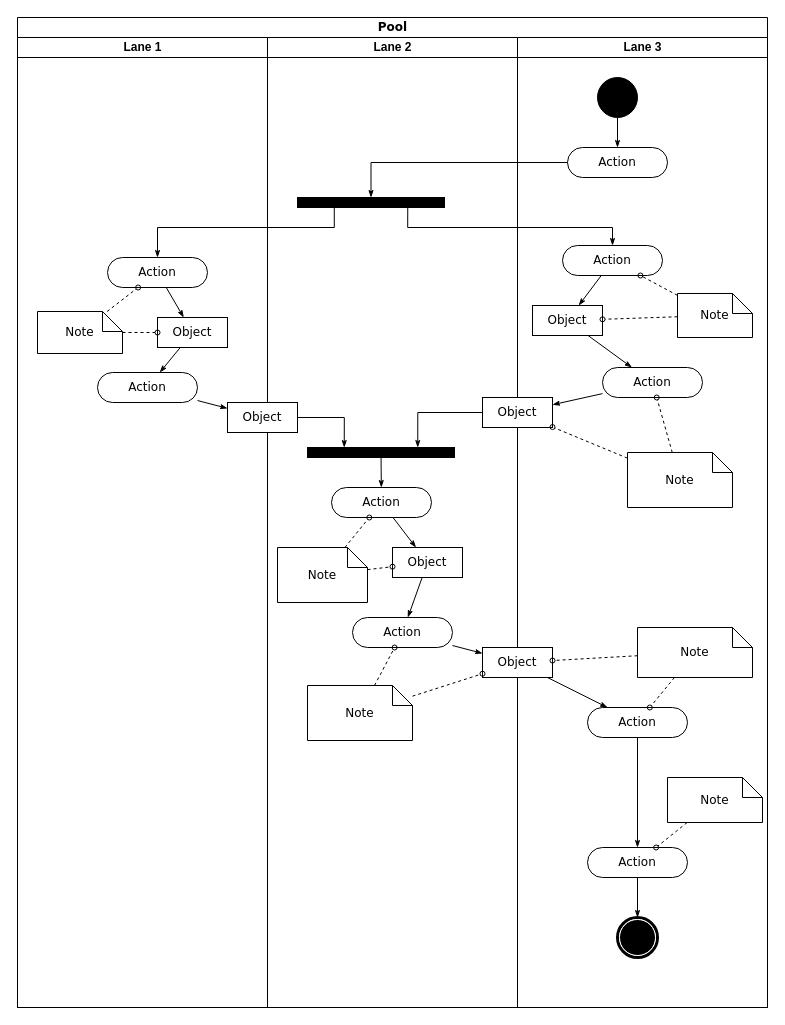
The draw.io diagram Diagrama de Atividade.drawio in yuritelis/atvmusicalp, before the edit. Source tidied: cells renumbered, new cells numbered last; positions are measured from the earlier drawing's top-left corner, leaving out a move shared by most shapes. Both pictures are drawn from the tidied source at 100%, with x=0, y=0 at pixel (17, 17).
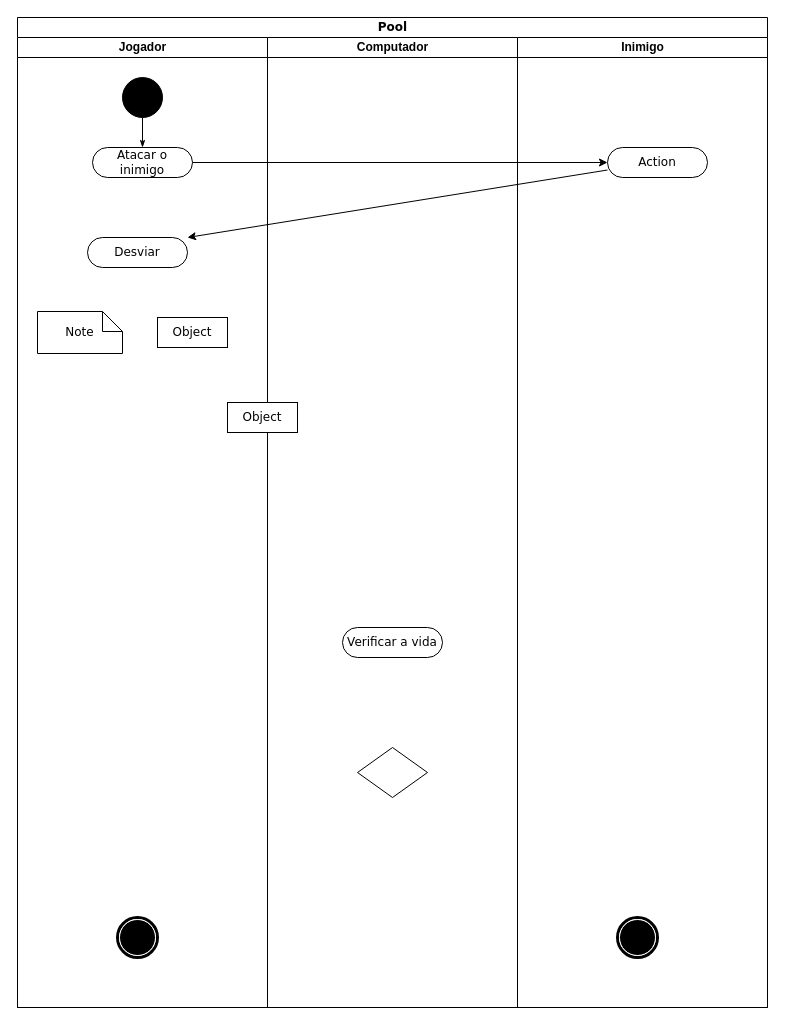
After the change.

The change refers to these unchanged cells:
```xml
<mxCell id="2" value="Pool" style="swimlane;html=1;startSize=20;rounded=0;shadow=0;comic=0;labelBackgroundColor=none;strokeWidth=1;fontFamily=Verdana;fontSize=12;align=center;" parent="1" vertex="1">
  <mxGeometry width="750" height="990" as="geometry" />
</mxCell>
<mxCell id="8" value="Object" style="rounded=0;whiteSpace=wrap;html=1;shadow=0;comic=0;labelBackgroundColor=none;strokeWidth=1;fontFamily=Verdana;fontSize=12;align=center;arcSize=50;" parent="3" vertex="1">
  <mxGeometry x="140" y="280" width="70" height="30" as="geometry" />
</mxCell>
<mxCell id="11" value="Note" style="shape=note;whiteSpace=wrap;html=1;rounded=0;shadow=0;comic=0;labelBackgroundColor=none;strokeWidth=1;fontFamily=Verdana;fontSize=12;align=center;size=20;" parent="3" vertex="1">
  <mxGeometry x="20" y="274" width="85" height="42" as="geometry" />
</mxCell>
<mxCell id="45" style="shape=mxgraph.bpmn.shape;html=1;verticalLabelPosition=bottom;labelBackgroundColor=#ffffff;verticalAlign=top;perimeter=ellipsePerimeter;outline=end;symbol=terminate;rounded=0;shadow=0;comic=0;strokeWidth=1;fontFamily=Verdana;fontSize=12;align=center;" parent="28" vertex="1">
  <mxGeometry x="100" y="880" width="40" height="40" as="geometry" />
</mxCell>
```

Change to the diagram source:
```diff
@@
-    <mxCell id="3" value="Lane 1" style="swimlane;html=1;startSize=20;" parent="2" vertex="1">
+    <mxCell id="3" value="Jogador" style="swimlane;html=1;startSize=20;" parent="2" vertex="1">
       <mxGeometry y="20" width="250" height="970" as="geometry" />
     </mxCell>
-    <mxCell id="4" style="edgeStyle=none;rounded=0;html=1;labelBackgroundColor=none;startArrow=none;startFill=0;startSize=5;endArrow=classicThin;endFill=1;endSize=5;jettySize=auto;strokeWidth=1;fontFamily=Verdana;fontSize=12;" parent="3" edge="1" source="5" target="8">
-      <mxGeometry relative="1" as="geometry" />
-    </mxCell>
-    <mxCell id="5" value="Action" style="rounded=1;whiteSpace=wrap;html=1;shadow=0;comic=0;labelBackgroundColor=none;strokeWidth=1;fontFamily=Verdana;fontSize=12;align=center;arcSize=50;" parent="3" vertex="1">
-      <mxGeometry x="90" y="220" width="100" height="30" as="geometry" />
-    </mxCell>
-    <mxCell id="6" value="Action" style="rounded=1;whiteSpace=wrap;html=1;shadow=0;comic=0;labelBackgroundColor=none;strokeWidth=1;fontFamily=Verdana;fontSize=12;align=center;arcSize=50;" parent="3" vertex="1">
-      <mxGeometry x="80" y="335" width="100" height="30" as="geometry" />
+    <mxCell id="6" value="Desviar" style="rounded=1;whiteSpace=wrap;html=1;shadow=0;comic=0;labelBackgroundColor=none;strokeWidth=1;fontFamily=Verdana;fontSize=12;align=center;arcSize=50;" parent="3" vertex="1">
+      <mxGeometry x="70" y="200" width="100" height="30" as="geometry" />
     </mxCell>
-    <mxCell id="7" style="edgeStyle=none;rounded=0;html=1;labelBackgroundColor=none;startArrow=none;startFill=0;startSize=5;endArrow=classicThin;endFill=1;endSize=5;jettySize=auto;strokeWidth=1;fontFamily=Verdana;fontSize=12;" parent="3" edge="1" source="8" target="6">
-      <mxGeometry relative="1" as="geometry" />
-    </mxCell>
@@
-    <mxCell id="9" style="edgeStyle=none;rounded=0;html=1;labelBackgroundColor=none;startArrow=none;startFill=0;startSize=5;endArrow=oval;endFill=0;endSize=5;jettySize=auto;strokeWidth=1;fontFamily=Verdana;fontSize=12;dashed=1;" parent="3" edge="1" source="11" target="5">
-      <mxGeometry relative="1" as="geometry" />
-    </mxCell>
-    <mxCell id="10" style="edgeStyle=none;rounded=0;html=1;dashed=1;labelBackgroundColor=none;startArrow=none;startFill=0;startSize=5;endArrow=oval;endFill=0;endSize=5;jettySize=auto;strokeWidth=1;fontFamily=Verdana;fontSize=12;" parent="3" edge="1" source="11" target="8">
-      <mxGeometry relative="1" as="geometry" />
-    </mxCell>
@@
-    <mxCell id="12" value="Lane 2" style="swimlane;html=1;startSize=20;" parent="2" vertex="1">
-      <mxGeometry x="250" y="20" width="250" height="970" as="geometry" />
-    </mxCell>
-    <mxCell id="13" style="whiteSpace=wrap;html=1;rounded=0;shadow=0;comic=0;labelBackgroundColor=none;strokeWidth=1;fillColor=#000000;fontFamily=Verdana;fontSize=12;align=center;rotation=0;" parent="12" vertex="1">
-      <mxGeometry x="30" y="160" width="147" height="10" as="geometry" />
-    </mxCell>
-    <mxCell id="14" style="edgeStyle=none;rounded=0;html=1;labelBackgroundColor=none;startArrow=none;startFill=0;startSize=5;endArrow=classicThin;endFill=1;endSize=5;jettySize=auto;strokeWidth=1;fontFamily=Verdana;fontSize=12;" parent="12" edge="1" source="15" target="21">
-      <mxGeometry relative="1" as="geometry" />
-    </mxCell>
-    <mxCell id="15" value="Action" style="rounded=1;whiteSpace=wrap;html=1;shadow=0;comic=0;labelBackgroundColor=none;strokeWidth=1;fontFamily=Verdana;fontSize=12;align=center;arcSize=50;" parent="12" vertex="1">
-      <mxGeometry x="64" y="450" width="100" height="30" as="geometry" />
-    </mxCell>
-    <mxCell id="16" style="edgeStyle=none;rounded=0;html=1;labelBackgroundColor=none;startArrow=none;startFill=0;startSize=5;endArrow=classicThin;endFill=1;endSize=5;jettySize=auto;strokeWidth=1;fontFamily=Verdana;fontSize=12;" parent="12" edge="1" source="17" target="15">
-      <mxGeometry relative="1" as="geometry" />
-    </mxCell>
-    <mxCell id="17" style="whiteSpace=wrap;html=1;rounded=0;shadow=0;comic=0;labelBackgroundColor=none;strokeWidth=1;fillColor=#000000;fontFamily=Verdana;fontSize=12;align=center;rotation=0;" parent="12" vertex="1">
-      <mxGeometry x="40" y="410" width="147" height="10" as="geometry" />
-    </mxCell>
-    <mxCell id="18" style="edgeStyle=orthogonalEdgeStyle;rounded=0;html=1;entryX=0.25;entryY=0;labelBackgroundColor=none;startArrow=none;startFill=0;startSize=5;endArrow=classicThin;endFill=1;endSize=5;jettySize=auto;strokeWidth=1;fontFamily=Verdana;fontSize=12;" parent="12" edge="1" source="19" target="17">
-      <mxGeometry relative="1" as="geometry" />
-    </mxCell>
-    <mxCell id="19" value="Object" style="rounded=0;whiteSpace=wrap;html=1;shadow=0;comic=0;labelBackgroundColor=none;strokeWidth=1;fontFamily=Verdana;fontSize=12;align=center;arcSize=50;" parent="12" vertex="1">
-      <mxGeometry x="-40" y="365" width="70" height="30" as="geometry" />
-    </mxCell>
-    <mxCell id="20" style="edgeStyle=none;rounded=0;html=1;labelBackgroundColor=none;startArrow=none;startFill=0;startSize=5;endArrow=classicThin;endFill=1;endSize=5;jettySize=auto;strokeWidth=1;fontFamily=Verdana;fontSize=12;" parent="12" edge="1" source="21" target="22">
-      <mxGeometry relative="1" as="geometry" />
-    </mxCell>
-    <mxCell id="21" value="Object" style="rounded=0;whiteSpace=wrap;html=1;shadow=0;comic=0;labelBackgroundColor=none;strokeWidth=1;fontFamily=Verdana;fontSize=12;align=center;arcSize=50;" parent="12" vertex="1">
-      <mxGeometry x="125" y="510" width="70" height="30" as="geometry" />
-    </mxCell>
-    <mxCell id="22" value="Action" style="rounded=1;whiteSpace=wrap;html=1;shadow=0;comic=0;labelBackgroundColor=none;strokeWidth=1;fontFamily=Verdana;fontSize=12;align=center;arcSize=50;" parent="12" vertex="1">
-      <mxGeometry x="85" y="580" width="100" height="30" as="geometry" />
-    </mxCell>
-    <mxCell id="23" style="edgeStyle=none;rounded=0;html=1;dashed=1;labelBackgroundColor=none;startArrow=none;startFill=0;startSize=5;endArrow=oval;endFill=0;endSize=5;jettySize=auto;strokeWidth=1;fontFamily=Verdana;fontSize=12;" parent="12" edge="1" source="25" target="15">
-      <mxGeometry relative="1" as="geometry" />
-    </mxCell>
-    <mxCell id="24" style="edgeStyle=none;rounded=0;html=1;dashed=1;labelBackgroundColor=none;startArrow=none;startFill=0;startSize=5;endArrow=oval;endFill=0;endSize=5;jettySize=auto;strokeWidth=1;fontFamily=Verdana;fontSize=12;" parent="12" edge="1" source="25" target="21">
-      <mxGeometry relative="1" as="geometry" />
-    </mxCell>
-    <mxCell id="25" value="Note" style="shape=note;whiteSpace=wrap;html=1;rounded=0;shadow=0;comic=0;labelBackgroundColor=none;strokeWidth=1;fontFamily=Verdana;fontSize=12;align=center;size=20;" parent="12" vertex="1">
-      <mxGeometry x="10" y="510" width="90" height="55" as="geometry" />
-    </mxCell>
-    <mxCell id="26" style="edgeStyle=none;rounded=0;html=1;dashed=1;labelBackgroundColor=none;startArrow=none;startFill=0;startSize=5;endArrow=oval;endFill=0;endSize=5;jettySize=auto;strokeWidth=1;fontFamily=Verdana;fontSize=12;" parent="12" edge="1" source="27" target="22">
-      <mxGeometry relative="1" as="geometry" />
-    </mxCell>
-    <mxCell id="27" value="Note" style="shape=note;whiteSpace=wrap;html=1;rounded=0;shadow=0;comic=0;labelBackgroundColor=none;strokeWidth=1;fontFamily=Verdana;fontSize=12;align=center;size=20;" parent="12" vertex="1">
-      <mxGeometry x="40" y="648" width="105" height="55" as="geometry" />
-    </mxCell>
-    <mxCell id="28" value="Lane 3" style="swimlane;html=1;startSize=20;" parent="2" vertex="1">
-      <mxGeometry x="500" y="20" width="250" height="970" as="geometry" />
-    </mxCell>
-    <mxCell id="29" style="edgeStyle=orthogonalEdgeStyle;rounded=0;html=1;labelBackgroundColor=none;startArrow=none;startFill=0;startSize=5;endArrow=classicThin;endFill=1;endSize=5;jettySize=auto;strokeWidth=1;fontFamily=Verdana;fontSize=12;" parent="28" edge="1" source="30" target="31">
-      <mxGeometry relative="1" as="geometry" />
-    </mxCell>
+    <mxCell id="64" style="shape=mxgraph.bpmn.shape;html=1;verticalLabelPosition=bottom;labelBackgroundColor=#ffffff;verticalAlign=top;perimeter=ellipsePerimeter;outline=end;symbol=terminate;rounded=0;shadow=0;comic=0;strokeWidth=1;fontFamily=Verdana;fontSize=12;align=center;" parent="3" vertex="1">
+      <mxGeometry x="100" y="880" width="40" height="40" as="geometry" />
+    </mxCell>
-    <mxCell id="30" style="ellipse;whiteSpace=wrap;html=1;rounded=0;shadow=0;comic=0;labelBackgroundColor=none;strokeWidth=1;fillColor=#000000;fontFamily=Verdana;fontSize=12;align=center;" parent="28" vertex="1">
-      <mxGeometry x="80" y="40" width="40" height="40" as="geometry" />
+    <mxCell id="30" style="ellipse;whiteSpace=wrap;html=1;rounded=0;shadow=0;comic=0;labelBackgroundColor=none;strokeWidth=1;fillColor=#000000;fontFamily=Verdana;fontSize=12;align=center;" parent="3" vertex="1">
+      <mxGeometry x="105" y="40" width="40" height="40" as="geometry" />
     </mxCell>
-    <mxCell id="31" value="Action" style="rounded=1;whiteSpace=wrap;html=1;shadow=0;comic=0;labelBackgroundColor=none;strokeWidth=1;fontFamily=Verdana;fontSize=12;align=center;arcSize=50;" parent="28" vertex="1">
-      <mxGeometry x="50" y="110" width="100" height="30" as="geometry" />
+    <mxCell id="31" value="Atacar o inimigo" style="rounded=1;whiteSpace=wrap;html=1;shadow=0;comic=0;labelBackgroundColor=none;strokeWidth=1;fontFamily=Verdana;fontSize=12;align=center;arcSize=50;" parent="3" vertex="1">
+      <mxGeometry x="75" y="110" width="100" height="30" as="geometry" />
     </mxCell>
-    <mxCell id="32" style="rounded=0;html=1;labelBackgroundColor=none;startArrow=none;startFill=0;startSize=5;endArrow=classicThin;endFill=1;endSize=5;jettySize=auto;strokeWidth=1;fontFamily=Verdana;fontSize=12;" parent="28" edge="1" source="33" target="37">
-      <mxGeometry relative="1" as="geometry" />
-    </mxCell>
-    <mxCell id="33" value="Action" style="rounded=1;whiteSpace=wrap;html=1;shadow=0;comic=0;labelBackgroundColor=none;strokeWidth=1;fontFamily=Verdana;fontSize=12;align=center;arcSize=50;" parent="28" vertex="1">
-      <mxGeometry x="45" y="208" width="100" height="30" as="geometry" />
-    </mxCell>
-    <mxCell id="34" style="edgeStyle=none;rounded=0;html=1;labelBackgroundColor=none;startArrow=none;startFill=0;startSize=5;endArrow=classicThin;endFill=1;endSize=5;jettySize=auto;strokeWidth=1;fontFamily=Verdana;fontSize=12;" parent="28" edge="1" source="35" target="38">
-      <mxGeometry relative="1" as="geometry" />
-    </mxCell>
-    <mxCell id="35" value="Action" style="rounded=1;whiteSpace=wrap;html=1;shadow=0;comic=0;labelBackgroundColor=none;strokeWidth=1;fontFamily=Verdana;fontSize=12;align=center;arcSize=50;" parent="28" vertex="1">
-      <mxGeometry x="85" y="330" width="100" height="30" as="geometry" />
-    </mxCell>
-    <mxCell id="36" style="edgeStyle=none;rounded=0;html=1;labelBackgroundColor=none;startArrow=none;startFill=0;startSize=5;endArrow=classicThin;endFill=1;endSize=5;jettySize=auto;strokeWidth=1;fontFamily=Verdana;fontSize=12;" parent="28" edge="1" source="37" target="35">
-      <mxGeometry relative="1" as="geometry" />
-    </mxCell>
-    <mxCell id="37" value="Object" style="rounded=0;whiteSpace=wrap;html=1;shadow=0;comic=0;labelBackgroundColor=none;strokeWidth=1;fontFamily=Verdana;fontSize=12;align=center;arcSize=50;" parent="28" vertex="1">
-      <mxGeometry x="15" y="268" width="70" height="30" as="geometry" />
-    </mxCell>
-    <mxCell id="38" value="Object" style="rounded=0;whiteSpace=wrap;html=1;shadow=0;comic=0;labelBackgroundColor=none;strokeWidth=1;fontFamily=Verdana;fontSize=12;align=center;arcSize=50;" parent="28" vertex="1">
-      <mxGeometry x="-35" y="360" width="70" height="30" as="geometry" />
-    </mxCell>
-    <mxCell id="39" style="edgeStyle=none;rounded=0;html=1;labelBackgroundColor=none;startArrow=none;startFill=0;startSize=5;endArrow=classicThin;endFill=1;endSize=5;jettySize=auto;strokeWidth=1;fontFamily=Verdana;fontSize=12;" parent="28" edge="1" source="40" target="42">
-      <mxGeometry relative="1" as="geometry" />
-    </mxCell>
-    <mxCell id="40" value="Object" style="rounded=0;whiteSpace=wrap;html=1;shadow=0;comic=0;labelBackgroundColor=none;strokeWidth=1;fontFamily=Verdana;fontSize=12;align=center;arcSize=50;" parent="28" vertex="1">
-      <mxGeometry x="-35" y="610" width="70" height="30" as="geometry" />
-    </mxCell>
-    <mxCell id="41" style="edgeStyle=none;rounded=0;html=1;labelBackgroundColor=none;startArrow=none;startFill=0;startSize=5;endArrow=classicThin;endFill=1;endSize=5;jettySize=auto;strokeWidth=1;fontFamily=Verdana;fontSize=12;" parent="28" edge="1" source="42" target="44">
-      <mxGeometry relative="1" as="geometry" />
-    </mxCell>
-    <mxCell id="42" value="Action" style="rounded=1;whiteSpace=wrap;html=1;shadow=0;comic=0;labelBackgroundColor=none;strokeWidth=1;fontFamily=Verdana;fontSize=12;align=center;arcSize=50;" parent="28" vertex="1">
-      <mxGeometry x="70" y="670" width="100" height="30" as="geometry" />
-    </mxCell>
-    <mxCell id="43" style="edgeStyle=none;rounded=0;html=1;labelBackgroundColor=none;startArrow=none;startFill=0;startSize=5;endArrow=classicThin;endFill=1;endSize=5;jettySize=auto;strokeWidth=1;fontFamily=Verdana;fontSize=12;" parent="28" edge="1" source="44" target="45">
-      <mxGeometry relative="1" as="geometry" />
-    </mxCell>
-    <mxCell id="44" value="Action" style="rounded=1;whiteSpace=wrap;html=1;shadow=0;comic=0;labelBackgroundColor=none;strokeWidth=1;fontFamily=Verdana;fontSize=12;align=center;arcSize=50;" parent="28" vertex="1">
-      <mxGeometry x="70" y="810" width="100" height="30" as="geometry" />
-    </mxCell>
+    <mxCell id="29" style="edgeStyle=orthogonalEdgeStyle;rounded=0;html=1;labelBackgroundColor=none;startArrow=none;startFill=0;startSize=5;endArrow=classicThin;endFill=1;endSize=5;jettySize=auto;strokeWidth=1;fontFamily=Verdana;fontSize=12;" parent="3" edge="1" source="30" target="31">
+      <mxGeometry relative="1" as="geometry" />
+    </mxCell>
+    <mxCell id="12" value="Computador" style="swimlane;html=1;startSize=20;" parent="2" vertex="1">
+      <mxGeometry x="250" y="20" width="250" height="970" as="geometry" />
+    </mxCell>
+    <mxCell id="19" value="Object" style="rounded=0;whiteSpace=wrap;html=1;shadow=0;comic=0;labelBackgroundColor=none;strokeWidth=1;fontFamily=Verdana;fontSize=12;align=center;arcSize=50;" parent="12" vertex="1">
+      <mxGeometry x="-40" y="365" width="70" height="30" as="geometry" />
+    </mxCell>
+    <mxCell id="65" style="rhombus;whiteSpace=wrap;html=1;" parent="12" vertex="1">
+      <mxGeometry x="90" y="710" width="70" height="50" as="geometry" />
+    </mxCell>
+    <mxCell id="15" value="Verificar a vida" style="rounded=1;whiteSpace=wrap;html=1;shadow=0;comic=0;labelBackgroundColor=none;strokeWidth=1;fontFamily=Verdana;fontSize=12;align=center;arcSize=50;" parent="12" vertex="1">
+      <mxGeometry x="75" y="590" width="100" height="30" as="geometry" />
+    </mxCell>
+    <mxCell id="28" value="Inimigo" style="swimlane;html=1;startSize=20;" parent="2" vertex="1">
+      <mxGeometry x="500" y="20" width="250" height="970" as="geometry" />
+    </mxCell>
@@
-    <mxCell id="46" style="edgeStyle=none;rounded=0;html=1;dashed=1;labelBackgroundColor=none;startArrow=none;startFill=0;startSize=5;endArrow=oval;endFill=0;endSize=5;jettySize=auto;strokeWidth=1;fontFamily=Verdana;fontSize=12;" parent="28" edge="1" source="48" target="33">
-      <mxGeometry relative="1" as="geometry" />
-    </mxCell>
-    <mxCell id="47" style="edgeStyle=none;rounded=0;html=1;dashed=1;labelBackgroundColor=none;startArrow=none;startFill=0;startSize=5;endArrow=oval;endFill=0;endSize=5;jettySize=auto;strokeWidth=1;fontFamily=Verdana;fontSize=12;" parent="28" edge="1" source="48" target="37">
-      <mxGeometry relative="1" as="geometry" />
-    </mxCell>
-    <mxCell id="48" value="Note" style="shape=note;whiteSpace=wrap;html=1;rounded=0;shadow=0;comic=0;labelBackgroundColor=none;strokeWidth=1;fontFamily=Verdana;fontSize=12;align=center;size=20;" parent="28" vertex="1">
-      <mxGeometry x="160" y="256" width="75" height="44" as="geometry" />
-    </mxCell>
-    <mxCell id="49" style="edgeStyle=none;rounded=0;html=1;dashed=1;labelBackgroundColor=none;startArrow=none;startFill=0;startSize=5;endArrow=oval;endFill=0;endSize=5;jettySize=auto;strokeWidth=1;fontFamily=Verdana;fontSize=12;" parent="28" edge="1" source="51" target="35">
-      <mxGeometry relative="1" as="geometry" />
-    </mxCell>
-    <mxCell id="50" style="edgeStyle=none;rounded=0;html=1;dashed=1;labelBackgroundColor=none;startArrow=none;startFill=0;startSize=5;endArrow=oval;endFill=0;endSize=5;jettySize=auto;strokeWidth=1;fontFamily=Verdana;fontSize=12;" parent="28" edge="1" source="51" target="38">
-      <mxGeometry relative="1" as="geometry" />
-    </mxCell>
-    <mxCell id="51" value="Note" style="shape=note;whiteSpace=wrap;html=1;rounded=0;shadow=0;comic=0;labelBackgroundColor=none;strokeWidth=1;fontFamily=Verdana;fontSize=12;align=center;size=20;" parent="28" vertex="1">
-      <mxGeometry x="110" y="415" width="105" height="55" as="geometry" />
-    </mxCell>
-    <mxCell id="52" style="edgeStyle=none;rounded=0;html=1;dashed=1;labelBackgroundColor=none;startArrow=none;startFill=0;startSize=5;endArrow=oval;endFill=0;endSize=5;jettySize=auto;strokeWidth=1;fontFamily=Verdana;fontSize=12;" parent="28" edge="1" source="54" target="42">
-      <mxGeometry relative="1" as="geometry" />
-    </mxCell>
-    <mxCell id="53" style="edgeStyle=none;rounded=0;html=1;dashed=1;labelBackgroundColor=none;startArrow=none;startFill=0;startSize=5;endArrow=oval;endFill=0;endSize=5;jettySize=auto;strokeWidth=1;fontFamily=Verdana;fontSize=12;" parent="28" edge="1" source="54" target="40">
-      <mxGeometry relative="1" as="geometry" />
-    </mxCell>
-    <mxCell id="54" value="Note" style="shape=note;whiteSpace=wrap;html=1;rounded=0;shadow=0;comic=0;labelBackgroundColor=none;strokeWidth=1;fontFamily=Verdana;fontSize=12;align=center;size=20;" parent="28" vertex="1">
-      <mxGeometry x="120" y="590" width="115" height="50" as="geometry" />
-    </mxCell>
-    <mxCell id="55" style="edgeStyle=none;rounded=0;html=1;dashed=1;labelBackgroundColor=none;startArrow=none;startFill=0;startSize=5;endArrow=oval;endFill=0;endSize=5;jettySize=auto;strokeWidth=1;fontFamily=Verdana;fontSize=12;" parent="28" edge="1" source="56" target="44">
-      <mxGeometry relative="1" as="geometry" />
-    </mxCell>
-    <mxCell id="56" value="Note" style="shape=note;whiteSpace=wrap;html=1;rounded=0;shadow=0;comic=0;labelBackgroundColor=none;strokeWidth=1;fontFamily=Verdana;fontSize=12;align=center;size=20;" parent="28" vertex="1">
-      <mxGeometry x="150" y="740" width="95" height="45" as="geometry" />
-    </mxCell>
-    <mxCell id="57" style="edgeStyle=orthogonalEdgeStyle;rounded=0;html=1;entryX=0.5;entryY=0;labelBackgroundColor=none;startArrow=none;startFill=0;startSize=5;endArrow=classicThin;endFill=1;endSize=5;jettySize=auto;strokeWidth=1;fontFamily=Verdana;fontSize=12;" parent="2" edge="1" source="31" target="13">
-      <mxGeometry relative="1" as="geometry">
-        <Array as="points">
-          <mxPoint x="354" y="145" />
-        </Array>
-      </mxGeometry>
-    </mxCell>
-    <mxCell id="58" style="edgeStyle=orthogonalEdgeStyle;rounded=0;html=1;exitX=0.75;exitY=1;labelBackgroundColor=none;startArrow=none;startFill=0;startSize=5;endArrow=classicThin;endFill=1;endSize=5;jettySize=auto;strokeWidth=1;fontFamily=Verdana;fontSize=12;" parent="2" edge="1" source="13" target="33">
-      <mxGeometry relative="1" as="geometry">
-        <Array as="points">
-          <mxPoint x="390" y="210" />
-          <mxPoint x="595" y="210" />
-        </Array>
-      </mxGeometry>
-    </mxCell>
-    <mxCell id="59" style="edgeStyle=orthogonalEdgeStyle;rounded=0;html=1;exitX=0.25;exitY=1;entryX=0.5;entryY=0;labelBackgroundColor=none;startArrow=none;startFill=0;startSize=5;endArrow=classicThin;endFill=1;endSize=5;jettySize=auto;strokeWidth=1;fontFamily=Verdana;fontSize=12;" parent="2" edge="1" source="13" target="5">
-      <mxGeometry relative="1" as="geometry">
-        <Array as="points">
-          <mxPoint x="317" y="210" />
-          <mxPoint x="140" y="210" />
-        </Array>
-      </mxGeometry>
-    </mxCell>
-    <mxCell id="60" style="edgeStyle=orthogonalEdgeStyle;rounded=0;html=1;entryX=0.75;entryY=0;labelBackgroundColor=none;startArrow=none;startFill=0;startSize=5;endArrow=classicThin;endFill=1;endSize=5;jettySize=auto;strokeWidth=1;fontFamily=Verdana;fontSize=12;" parent="2" edge="1" source="38" target="17">
-      <mxGeometry relative="1" as="geometry" />
-    </mxCell>
-    <mxCell id="61" style="edgeStyle=none;rounded=0;html=1;labelBackgroundColor=none;startArrow=none;startFill=0;startSize=5;endArrow=classicThin;endFill=1;endSize=5;jettySize=auto;strokeWidth=1;fontFamily=Verdana;fontSize=12;" parent="2" edge="1" source="6" target="19">
-      <mxGeometry relative="1" as="geometry" />
-    </mxCell>
-    <mxCell id="62" style="edgeStyle=none;rounded=0;html=1;labelBackgroundColor=none;startArrow=none;startFill=0;startSize=5;endArrow=classicThin;endFill=1;endSize=5;jettySize=auto;strokeWidth=1;fontFamily=Verdana;fontSize=12;" parent="2" edge="1" source="22" target="40">
-      <mxGeometry relative="1" as="geometry" />
-    </mxCell>
-    <mxCell id="63" style="edgeStyle=none;rounded=0;html=1;dashed=1;labelBackgroundColor=none;startArrow=none;startFill=0;startSize=5;endArrow=oval;endFill=0;endSize=5;jettySize=auto;strokeWidth=1;fontFamily=Verdana;fontSize=12;" parent="2" edge="1" source="27" target="40">
-      <mxGeometry relative="1" as="geometry" />
-    </mxCell>
+    <mxCell id="5" value="Action" style="rounded=1;whiteSpace=wrap;html=1;shadow=0;comic=0;labelBackgroundColor=none;strokeWidth=1;fontFamily=Verdana;fontSize=12;align=center;arcSize=50;" parent="28" vertex="1">
+      <mxGeometry x="90" y="110" width="100" height="30" as="geometry" />
+    </mxCell>
+    <mxCell id="66" style="edgeStyle=orthogonalEdgeStyle;rounded=0;jettySize=auto;html=1;exitX=1;exitY=0.5;exitDx=0;exitDy=0;" parent="2" edge="1" source="31" target="5">
+      <mxGeometry relative="1" as="geometry" />
+    </mxCell>
+    <mxCell id="67" style="rounded=0;jettySize=auto;html=1;exitX=0;exitY=0.75;exitDx=0;exitDy=0;entryX=1;entryY=0;entryDx=0;entryDy=0;" parent="2" edge="1" source="5" target="6">
+      <mxGeometry relative="1" as="geometry" />
+    </mxCell>
```
